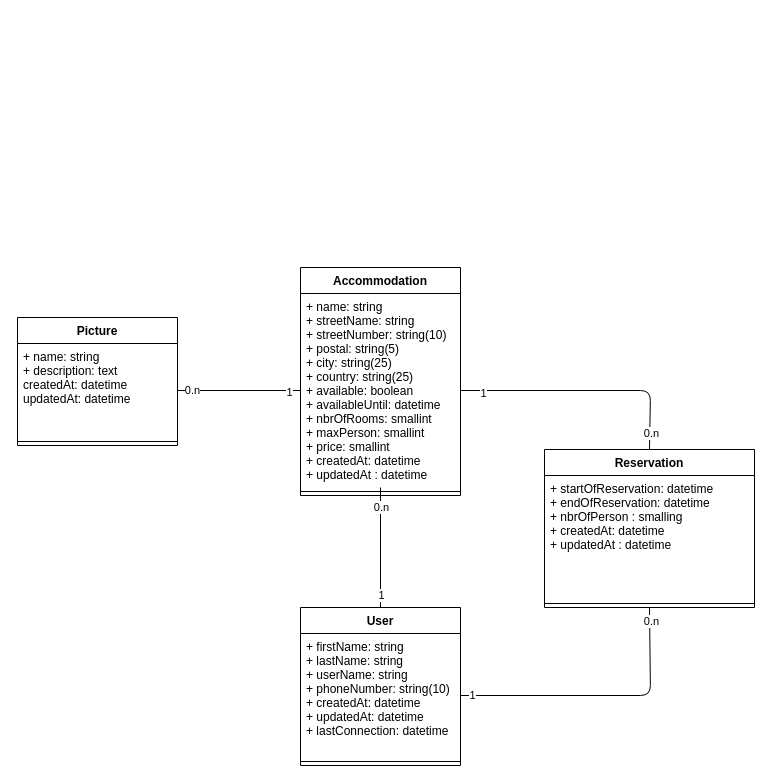
The draw.io diagram .docs/UML/database.drawio in Dens26/toulon_sweet_home_api, before the edit. Source tidied: cells renumbered, new cells numbered last; positions are measured from the earlier drawing's top-left corner, leaving out a move shared by most shapes. Both pictures are drawn from the tidied source at 100%, with x=0, y=0 at pixel (17, 267).
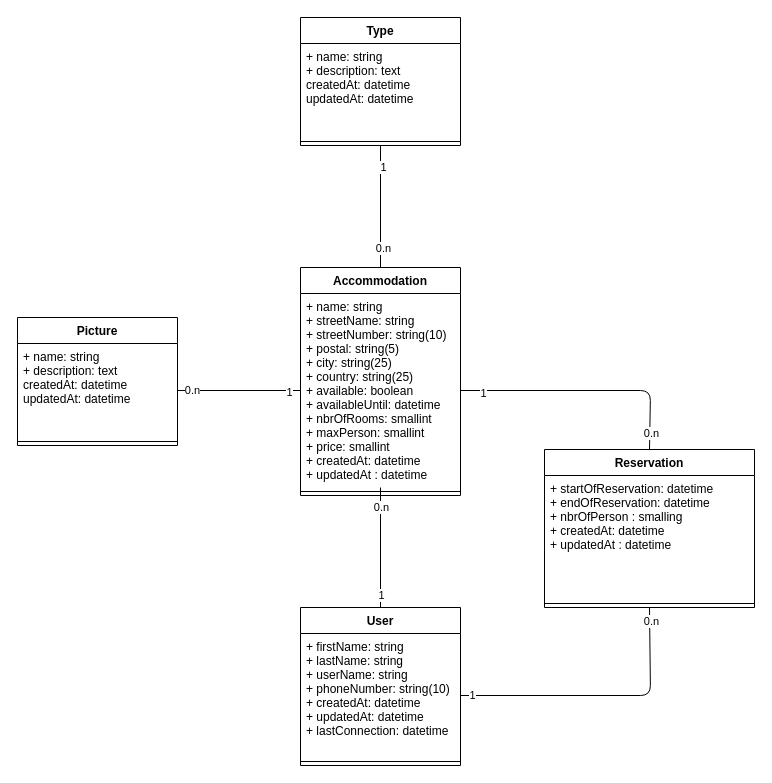
Above is the later version.

Unchanged cells that the change refers to:
```xml
<mxCell id="5" value="Accommodation" style="swimlane;fontStyle=1;align=center;verticalAlign=top;horizontal=1;startSize=26;" parent="1" vertex="1">
  <mxGeometry x="283" width="160" height="228" as="geometry" />
</mxCell>
```

Change to the diagram source:
```diff
@@
+    <mxCell id="26" style="edgeStyle=none;html=1;exitX=0.5;exitY=1;exitDx=0;exitDy=0;entryX=0.5;entryY=0;entryDx=0;entryDy=0;endArrow=none;endFill=0;" parent="1" edge="1" source="29" target="5">
+      <mxGeometry relative="1" as="geometry" />
+    </mxCell>
+    <mxCell id="27" value="1" style="edgeLabel;html=1;align=center;verticalAlign=middle;" parent="26" vertex="1">
+      <mxGeometry x="-0.66" y="2" relative="1" as="geometry" />
+    </mxCell>
+    <mxCell id="28" value="0.n" style="edgeLabel;html=1;align=center;verticalAlign=middle;" parent="26" vertex="1">
+      <mxGeometry x="0.67" y="2" relative="1" as="geometry" />
+    </mxCell>
+    <mxCell id="29" value="Type" style="swimlane;fontStyle=1;align=center;verticalAlign=top;horizontal=1;startSize=26;" parent="1" vertex="1">
+      <mxGeometry x="283" y="-250" width="160" height="128" as="geometry" />
+    </mxCell>
+    <mxCell id="30" value="+ name: string&#10;+ description: text&#10;createdAt: datetime&#10;updatedAt: datetime" style="text;strokeColor=none;fillColor=none;align=left;verticalAlign=top;spacingLeft=4;spacingRight=4;overflow=hidden;" parent="29" vertex="1">
+      <mxGeometry y="26" width="160" height="94" as="geometry" />
+    </mxCell>
+    <mxCell id="31" style="line;strokeWidth=1;fillColor=none;align=left;verticalAlign=middle;spacingTop=-1;spacingLeft=3;spacingRight=3;labelPosition=right;strokeColor=inherit;" parent="29" vertex="1">
+      <mxGeometry y="120" width="160" height="8" as="geometry" />
+    </mxCell>
```
